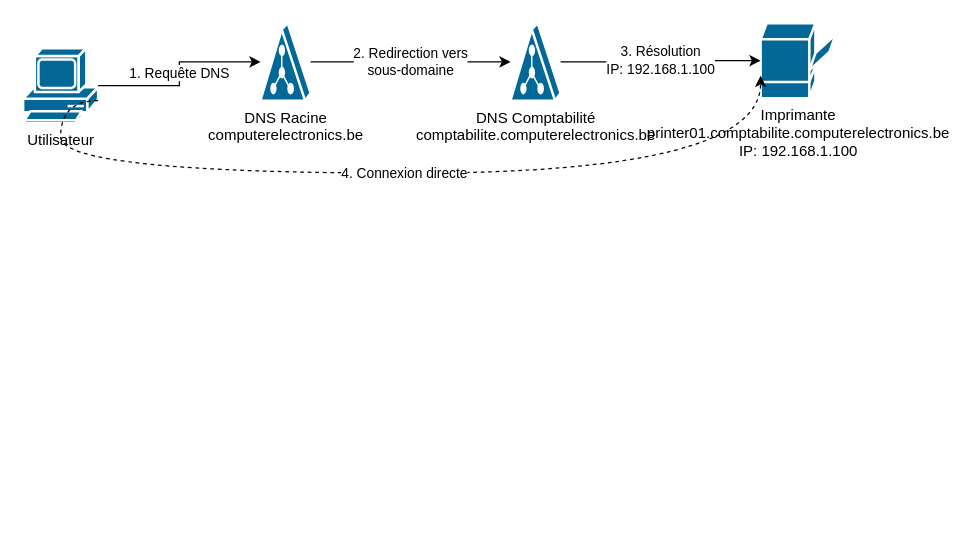
This is diagrams/dns_resolution_printer.drawio from choquitofrito/ActiveDirectory, a draw.io file, before an edit. Source tidied: cells renumbered, new cells numbered last; positions are measured from the earlier drawing's top-left corner, leaving out a move shared by most shapes. Both pictures are drawn from the tidied source at 125%, with x=0, y=0 at pixel (22, 22).
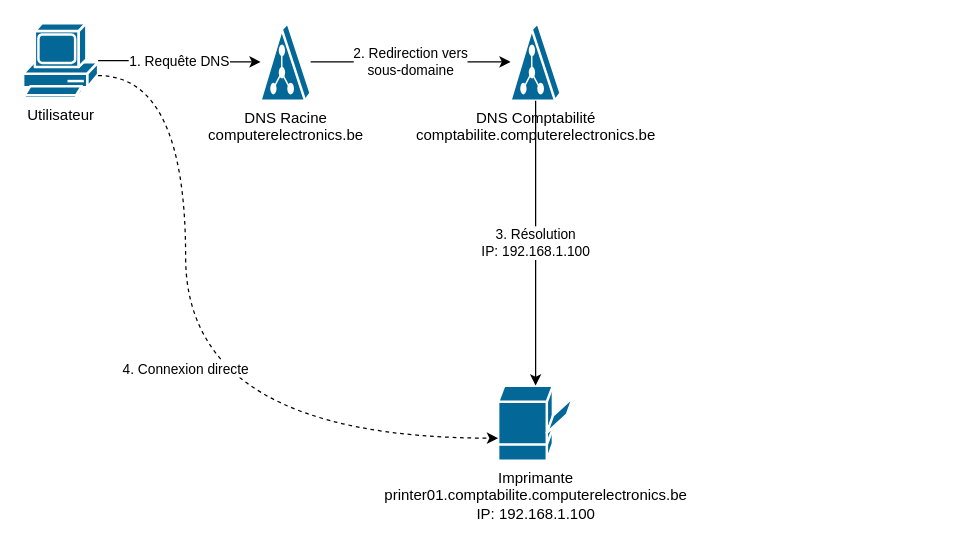
The same page after the edit.

What changed in the source:
```diff
@@
 <mxGraphModel>
   <root>
     <mxCell id="0" />
     <mxCell id="1" parent="0" />
     <mxCell id="2" value="Utilisateur" style="shape=mxgraph.cisco.computers_and_peripherals.pc;html=1;dashed=0;fillColor=#036897;strokeColor=#ffffff;strokeWidth=2;verticalLabelPosition=bottom;verticalAlign=top;align=center;outlineConnect=0;" parent="1" vertex="1">
-      <mxGeometry y="20" width="60" height="60" as="geometry" />
+      <mxGeometry width="60" height="60" as="geometry" />
     </mxCell>
     <mxCell id="3" value="DNS Racine&#10;computerelectronics.be" style="shape=mxgraph.cisco.servers.directory_server;html=1;dashed=0;fillColor=#036897;strokeColor=#ffffff;strokeWidth=2;verticalLabelPosition=bottom;verticalAlign=top;align=center;outlineConnect=0;" parent="1" vertex="1">
       <mxGeometry x="190" width="40" height="62" as="geometry" />
     </mxCell>
     <mxCell id="4" value="DNS Comptabilité&#10;comptabilite.computerelectronics.be" style="shape=mxgraph.cisco.servers.directory_server;html=1;dashed=0;fillColor=#036897;strokeColor=#ffffff;strokeWidth=2;verticalLabelPosition=bottom;verticalAlign=top;align=center;outlineConnect=0;" parent="1" vertex="1">
       <mxGeometry x="390" width="40" height="62" as="geometry" />
     </mxCell>
     <mxCell id="5" value="Imprimante&#10;printer01.comptabilite.computerelectronics.be&#10;IP: 192.168.1.100" style="shape=mxgraph.cisco.computers_and_peripherals.printer;html=1;dashed=0;fillColor=#036897;strokeColor=#ffffff;strokeWidth=2;verticalLabelPosition=bottom;verticalAlign=top;align=center;outlineConnect=0;" parent="1" vertex="1">
-      <mxGeometry x="590" width="60" height="60" as="geometry" />
+      <mxGeometry x="380" y="290" width="60" height="60" as="geometry" />
     </mxCell>
     <mxCell id="6" value="1. Requête DNS" style="edgeStyle=orthogonalEdgeStyle;rounded=0;jettySize=auto;html=1;exitX=1;exitY=0.5;entryX=0;entryY=0.5;" parent="1" edge="1" source="2" target="3">
       <mxGeometry relative="1" as="geometry" />
     </mxCell>
     <mxCell id="7" value="2. Redirection vers&#10;sous-domaine" style="edgeStyle=orthogonalEdgeStyle;rounded=0;jettySize=auto;html=1;exitX=1;exitY=0.5;entryX=0;entryY=0.5;" parent="1" edge="1" source="3" target="4">
       <mxGeometry relative="1" as="geometry" />
     </mxCell>
-    <mxCell id="8" value="3. Résolution&#10;IP: 192.168.1.100" style="edgeStyle=orthogonalEdgeStyle;rounded=0;jettySize=auto;html=1;exitX=1;exitY=0.5;entryX=0;entryY=0.5;" parent="1" edge="1" source="4" target="5">
+    <mxCell id="8" value="3. Résolution&#10;IP: 192.168.1.100" style="edgeStyle=orthogonalEdgeStyle;rounded=0;jettySize=auto;html=1;" parent="1" edge="1" source="4" target="5">
       <mxGeometry relative="1" as="geometry" />
     </mxCell>
     <mxCell id="9" value="4. Connexion directe" style="edgeStyle=orthogonalEdgeStyle;rounded=0;jettySize=auto;html=1;exitX=1;exitY=0.7;entryX=0;entryY=0.7;dashed=1;curved=1;" parent="1" edge="1" source="2" target="5">
       <mxGeometry relative="1" as="geometry">
         <Array as="points">
-          <mxPoint x="30" y="120" />
-          <mxPoint x="590" y="120" />
+          <mxPoint x="130" y="42" />
+          <mxPoint x="130" y="332" />
         </Array>
       </mxGeometry>
     </mxCell>
   </root>
 </mxGraphModel>
```
